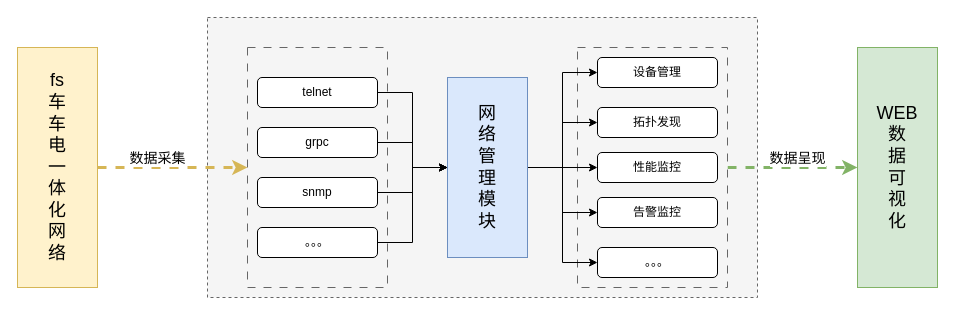
Earlier version of the draw.io diagram 未命名绘图.drawio (wdmlsx/xunjian). Source tidied: cells renumbered, new cells numbered last; positions are measured from the earlier drawing's top-left corner, leaving out a move shared by most shapes. Both pictures are drawn from the tidied source at 100%, with x=0, y=0 at pixel (17, 17).
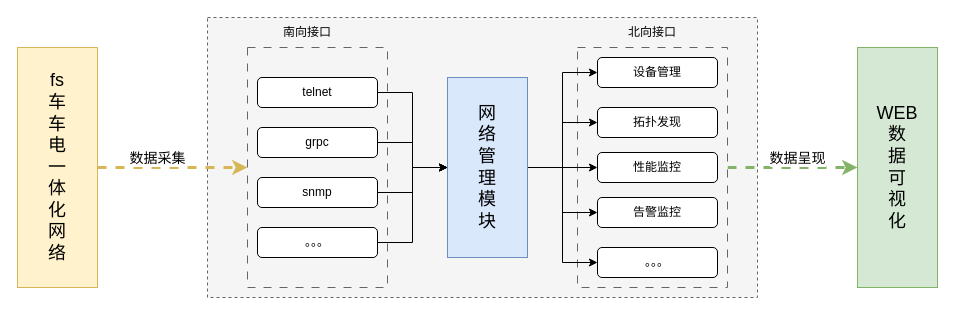
After the change.

Commit message (it also covers changes not shown here):
三合一专利图.drawio

Diff of the diagram source:
```diff
@@
+    <mxCell id="30" value="南向接口" style="text;html=1;strokeColor=none;fillColor=none;align=center;verticalAlign=middle;whiteSpace=wrap;rounded=0;" parent="1" vertex="1">
+      <mxGeometry x="260" width="60" height="30" as="geometry" />
+    </mxCell>
+    <mxCell id="31" value="北向接口" style="text;html=1;strokeColor=none;fillColor=none;align=center;verticalAlign=middle;whiteSpace=wrap;rounded=0;" parent="1" vertex="1">
+      <mxGeometry x="605" width="60" height="30" as="geometry" />
+    </mxCell>
```
